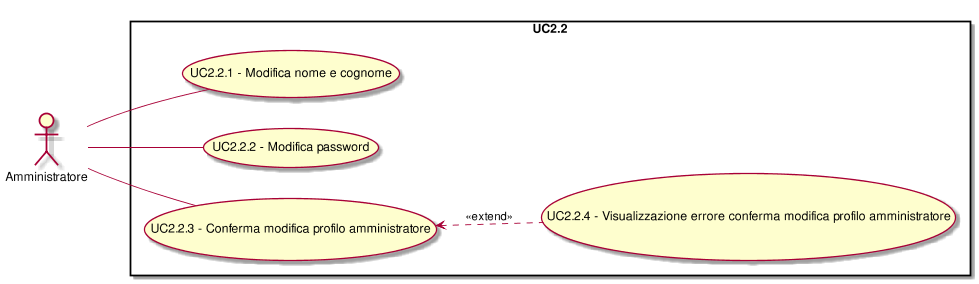
The PlantUML diagram RR/Esterni/AnalisiDeiRequisiti/images/UseCaseUC22.png in CoCodeSWE/Docs, before a commit.
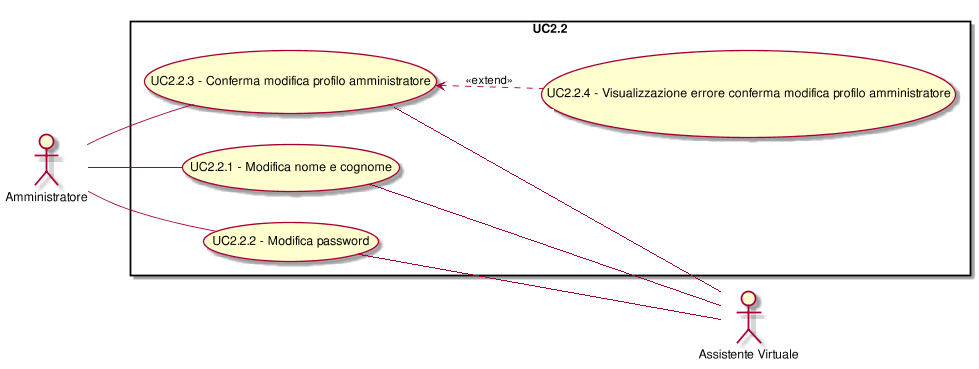
The same diagram one commit later.

What changed in the source:
```diff
@@ -3,14 +3,22 @@
 left to right direction
 skinparam packageStyle rect
 :Amministratore:
+:Assistente Virtuale:
 rectangle UC2.2{
 (UC2.2.3) <.. (UC2.2.4): <<extend>>
 ( UC2.2.1 - Modifica nome e cognome ) as (UC2.2.1)
 :Amministratore:--(UC2.2.1)
+( UC2.2.1 - Modifica nome e cognome ) as (UC2.2.1)
+(UC2.2.1)--:Assistente Virtuale:
 ( UC2.2.2 - Modifica password ) as (UC2.2.2)
 :Amministratore:--(UC2.2.2)
+( UC2.2.2 - Modifica password ) as (UC2.2.2)
+(UC2.2.2)--:Assistente Virtuale:
 ( UC2.2.3 - Conferma modifica profilo amministratore ) as (UC2.2.3)
 :Amministratore:--(UC2.2.3)
+( UC2.2.3 - Conferma modifica profilo amministratore ) as (UC2.2.3)
+(UC2.2.3)--:Assistente Virtuale:
+( UC2.2.4 - Visualizzazione errore conferma modifica profilo amministratore  ) as (UC2.2.4)
 ( UC2.2.4 - Visualizzazione errore conferma modifica profilo amministratore  ) as (UC2.2.4)
 }
 @enduml
```
